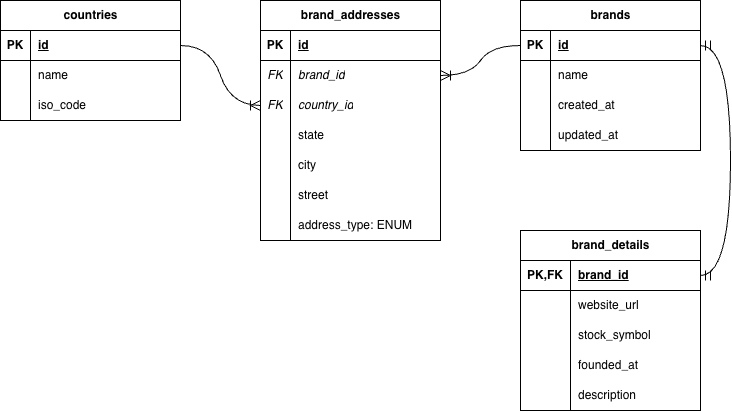
This is docs/images/erd01.png from WebDev175/mysql-products-db, a draw.io export, as it was before one commit. Source tidied: cells renumbered, new cells last; positions are measured from the earlier drawing's top-left corner, leaving out a move shared by most shapes.
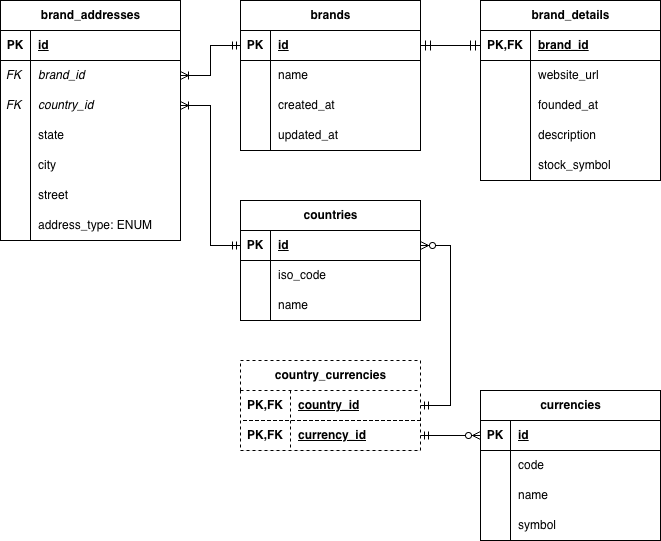
The same diagram one commit later.

Diff of the diagram source:
```diff
@@ -3,7 +3,7 @@
     <mxCell id="0" />
     <mxCell id="1" parent="0" />
     <mxCell id="2" value="brands" style="shape=table;startSize=30;rowLines=0;fontStyle=1;align=center;html=1;" parent="1" vertex="1">
-      <mxGeometry x="520" width="180" height="150" as="geometry" />
+      <mxGeometry x="160" width="180" height="150" as="geometry" />
     </mxCell>
     <mxCell id="3" style="shape=tableRow;horizontal=0;startSize=0;swimlaneHead=0;swimlaneBody=0;fillColor=none;points=[[0,0.5],[1,0.5]];portConstraint=eastwest;top=0;left=0;right=0;bottom=1;" parent="2" vertex="1">
       <mxGeometry y="30" width="180" height="30" as="geometry" />
@@ -42,7 +42,7 @@
       <mxGeometry x="30" width="150" height="30" as="geometry" />
     </mxCell>
     <mxCell id="15" value="brand_addresses" style="shape=table;startSize=30;rowLines=0;fontStyle=1;align=center;html=1;" parent="1" vertex="1">
-      <mxGeometry x="260" width="180" height="240" as="geometry" />
+      <mxGeometry x="-80" width="180" height="240" as="geometry" />
     </mxCell>
     <mxCell id="16" style="shape=tableRow;horizontal=0;startSize=0;swimlaneHead=0;swimlaneBody=0;fillColor=none;top=0;left=0;right=0;bottom=1;" parent="15" vertex="1">
       <mxGeometry y="30" width="180" height="30" as="geometry" />
@@ -56,19 +56,19 @@
     <mxCell id="19" style="shape=tableRow;horizontal=0;startSize=0;swimlaneHead=0;swimlaneBody=0;fillColor=none;points=[[0,0.5],[1,0.5]];portConstraint=eastwest;top=0;left=0;right=0;bottom=0;" parent="15" vertex="1">
       <mxGeometry y="60" width="180" height="30" as="geometry" />
     </mxCell>
-    <mxCell id="20" value="&lt;i&gt;FK&lt;/i&gt;" style="shape=partialRectangle;fillColor=none;top=0;left=0;bottom=0;right=0;overflow=hidden;whiteSpace=wrap;html=1;" parent="19" vertex="1">
+    <mxCell id="20" value="&lt;i&gt;FK&amp;nbsp;&lt;/i&gt;" style="shape=partialRectangle;fillColor=none;top=0;left=0;bottom=0;right=0;overflow=hidden;whiteSpace=wrap;html=1;" parent="19" vertex="1">
       <mxGeometry width="30" height="30" as="geometry" />
     </mxCell>
-    <mxCell id="21" value="&lt;i&gt;brand_id&lt;/i&gt;" style="shape=partialRectangle;fillColor=none;top=0;left=0;bottom=0;right=0;align=left;spacingLeft=6;overflow=hidden;whiteSpace=wrap;html=1;" parent="19" vertex="1">
+    <mxCell id="21" value="&lt;i&gt;brand_id&amp;nbsp;&lt;/i&gt;" style="shape=partialRectangle;fillColor=none;top=0;left=0;bottom=0;right=0;align=left;spacingLeft=6;overflow=hidden;whiteSpace=wrap;html=1;" parent="19" vertex="1">
       <mxGeometry x="30" width="150" height="30" as="geometry" />
     </mxCell>
     <mxCell id="22" style="shape=tableRow;horizontal=0;startSize=0;swimlaneHead=0;swimlaneBody=0;fillColor=none;points=[[0,0.5],[1,0.5]];portConstraint=eastwest;top=0;left=0;right=0;bottom=0;" parent="15" vertex="1">
       <mxGeometry y="90" width="180" height="30" as="geometry" />
     </mxCell>
-    <mxCell id="23" value="&lt;i&gt;FK&lt;/i&gt;" style="shape=partialRectangle;fillColor=none;top=0;left=0;bottom=0;right=0;overflow=hidden;whiteSpace=wrap;html=1;" parent="22" vertex="1">
+    <mxCell id="23" value="&lt;i&gt;FK&amp;nbsp;&lt;/i&gt;" style="shape=partialRectangle;fillColor=none;top=0;left=0;bottom=0;right=0;overflow=hidden;whiteSpace=wrap;html=1;" parent="22" vertex="1">
       <mxGeometry width="30" height="30" as="geometry" />
     </mxCell>
-    <mxCell id="24" value="&lt;i&gt;country_id&lt;/i&gt;" style="shape=partialRectangle;fillColor=none;top=0;left=0;bottom=0;right=0;align=left;spacingLeft=6;overflow=hidden;whiteSpace=wrap;html=1;" parent="22" vertex="1">
+    <mxCell id="24" value="&lt;i&gt;country_id&amp;nbsp;&lt;/i&gt;" style="shape=partialRectangle;fillColor=none;top=0;left=0;bottom=0;right=0;align=left;spacingLeft=6;overflow=hidden;whiteSpace=wrap;html=1;" parent="22" vertex="1">
       <mxGeometry x="30" width="150" height="30" as="geometry" />
     </mxCell>
     <mxCell id="25" style="shape=tableRow;horizontal=0;startSize=0;swimlaneHead=0;swimlaneBody=0;fillColor=none;top=0;left=0;right=0;bottom=0;" parent="15" vertex="1">
@@ -108,7 +108,7 @@
       <mxGeometry x="30" width="150" height="30" as="geometry" />
     </mxCell>
     <mxCell id="37" value="countries" style="shape=table;startSize=30;rowLines=0;fontStyle=1;align=center;html=1;" parent="1" vertex="1">
-      <mxGeometry width="180" height="120" as="geometry" />
+      <mxGeometry x="160" y="200" width="180" height="120" as="geometry" />
     </mxCell>
     <mxCell id="38" style="shape=tableRow;horizontal=0;startSize=0;swimlaneHead=0;swimlaneBody=0;fillColor=none;points=[[0,0.5],[1,0.5]];portConstraint=eastwest;top=0;left=0;right=0;bottom=1;" parent="37" vertex="1">
       <mxGeometry y="30" width="180" height="30" as="geometry" />
@@ -119,8 +119,17 @@
     <mxCell id="40" value="id" style="shape=partialRectangle;fillColor=none;top=0;left=0;bottom=0;right=0;align=left;spacingLeft=6;fontStyle=5;overflow=hidden;whiteSpace=wrap;html=1;" parent="38" vertex="1">
       <mxGeometry x="30" width="150" height="30" as="geometry" />
     </mxCell>
+    <mxCell id="44" style="shape=tableRow;horizontal=0;startSize=0;swimlaneHead=0;swimlaneBody=0;fillColor=none;top=0;left=0;right=0;bottom=0;" parent="37" vertex="1">
+      <mxGeometry y="60" width="180" height="30" as="geometry" />
+    </mxCell>
+    <mxCell id="45" style="shape=partialRectangle;fillColor=none;top=0;left=0;bottom=0;right=0;overflow=hidden;whiteSpace=wrap;html=1;" parent="44" vertex="1">
+      <mxGeometry width="30" height="30" as="geometry" />
+    </mxCell>
+    <mxCell id="46" value="iso_code" style="shape=partialRectangle;fillColor=none;top=0;left=0;bottom=0;right=0;align=left;spacingLeft=6;overflow=hidden;whiteSpace=wrap;html=1;" parent="44" vertex="1">
+      <mxGeometry x="30" width="150" height="30" as="geometry" />
+    </mxCell>
     <mxCell id="41" style="shape=tableRow;horizontal=0;startSize=0;swimlaneHead=0;swimlaneBody=0;fillColor=none;top=0;left=0;right=0;bottom=0;" parent="37" vertex="1">
-      <mxGeometry y="60" width="180" height="30" as="geometry" />
+      <mxGeometry y="90" width="180" height="30" as="geometry" />
     </mxCell>
     <mxCell id="42" style="shape=partialRectangle;fillColor=none;top=0;left=0;bottom=0;right=0;overflow=hidden;whiteSpace=wrap;html=1;" parent="41" vertex="1">
       <mxGeometry width="30" height="30" as="geometry" />
@@ -128,17 +137,8 @@
     <mxCell id="43" value="name" style="shape=partialRectangle;fillColor=none;top=0;left=0;bottom=0;right=0;align=left;spacingLeft=6;overflow=hidden;whiteSpace=wrap;html=1;" parent="41" vertex="1">
       <mxGeometry x="30" width="150" height="30" as="geometry" />
     </mxCell>
-    <mxCell id="44" style="shape=tableRow;horizontal=0;startSize=0;swimlaneHead=0;swimlaneBody=0;fillColor=none;top=0;left=0;right=0;bottom=0;" parent="37" vertex="1">
-      <mxGeometry y="90" width="180" height="30" as="geometry" />
-    </mxCell>
-    <mxCell id="45" style="shape=partialRectangle;fillColor=none;top=0;left=0;bottom=0;right=0;overflow=hidden;whiteSpace=wrap;html=1;" parent="44" vertex="1">
-      <mxGeometry width="30" height="30" as="geometry" />
-    </mxCell>
-    <mxCell id="46" value="iso_code" style="shape=partialRectangle;fillColor=none;top=0;left=0;bottom=0;right=0;align=left;spacingLeft=6;overflow=hidden;whiteSpace=wrap;html=1;" parent="44" vertex="1">
-      <mxGeometry x="30" width="150" height="30" as="geometry" />
-    </mxCell>
     <mxCell id="47" value="brand_details" style="shape=table;startSize=30;rowLines=0;fontStyle=1;align=center;html=1;" parent="1" vertex="1">
-      <mxGeometry x="520" y="230" width="180" height="180" as="geometry" />
+      <mxGeometry x="400" width="180" height="180" as="geometry" />
     </mxCell>
     <mxCell id="48" style="shape=tableRow;horizontal=0;startSize=0;swimlaneHead=0;swimlaneBody=0;fillColor=none;points=[[0,0.5],[1,0.5]];portConstraint=eastwest;top=0;left=0;right=0;bottom=1;" parent="47" vertex="1">
       <mxGeometry y="30" width="180" height="30" as="geometry" />
@@ -158,17 +158,8 @@
     <mxCell id="53" value="website_url" style="shape=partialRectangle;fillColor=none;top=0;left=0;bottom=0;right=0;align=left;spacingLeft=6;overflow=hidden;whiteSpace=wrap;html=1;" parent="51" vertex="1">
       <mxGeometry x="50" width="130" height="30" as="geometry" />
     </mxCell>
-    <mxCell id="54" style="shape=tableRow;horizontal=0;startSize=0;swimlaneHead=0;swimlaneBody=0;fillColor=none;top=0;left=0;right=0;bottom=0;" parent="47" vertex="1">
-      <mxGeometry y="90" width="180" height="30" as="geometry" />
-    </mxCell>
-    <mxCell id="55" style="shape=partialRectangle;fillColor=none;top=0;left=0;bottom=0;right=0;overflow=hidden;whiteSpace=wrap;html=1;" parent="54" vertex="1">
-      <mxGeometry width="50" height="30" as="geometry" />
-    </mxCell>
-    <mxCell id="56" value="stock_symbol" style="shape=partialRectangle;fillColor=none;top=0;left=0;bottom=0;right=0;align=left;spacingLeft=6;overflow=hidden;whiteSpace=wrap;html=1;" parent="54" vertex="1">
-      <mxGeometry x="50" width="130" height="30" as="geometry" />
-    </mxCell>
     <mxCell id="57" style="shape=tableRow;horizontal=0;startSize=0;swimlaneHead=0;swimlaneBody=0;fillColor=none;top=0;left=0;right=0;bottom=0;" parent="47" vertex="1">
-      <mxGeometry y="120" width="180" height="30" as="geometry" />
+      <mxGeometry y="90" width="180" height="30" as="geometry" />
     </mxCell>
     <mxCell id="58" style="shape=partialRectangle;fillColor=none;top=0;left=0;bottom=0;right=0;overflow=hidden;whiteSpace=wrap;html=1;" parent="57" vertex="1">
       <mxGeometry width="50" height="30" as="geometry" />
@@ -177,7 +168,7 @@
       <mxGeometry x="50" width="130" height="30" as="geometry" />
     </mxCell>
     <mxCell id="60" style="shape=tableRow;horizontal=0;startSize=0;swimlaneHead=0;swimlaneBody=0;fillColor=none;top=0;left=0;right=0;bottom=0;" parent="47" vertex="1">
-      <mxGeometry y="150" width="180" height="30" as="geometry" />
+      <mxGeometry y="120" width="180" height="30" as="geometry" />
     </mxCell>
     <mxCell id="61" style="shape=partialRectangle;fillColor=none;top=0;left=0;bottom=0;right=0;overflow=hidden;whiteSpace=wrap;html=1;" parent="60" vertex="1">
       <mxGeometry width="50" height="30" as="geometry" />
@@ -185,14 +176,89 @@
     <mxCell id="62" value="description" style="shape=partialRectangle;fillColor=none;top=0;left=0;bottom=0;right=0;align=left;spacingLeft=6;overflow=hidden;whiteSpace=wrap;html=1;" parent="60" vertex="1">
       <mxGeometry x="50" width="130" height="30" as="geometry" />
     </mxCell>
+    <mxCell id="54" style="shape=tableRow;horizontal=0;startSize=0;swimlaneHead=0;swimlaneBody=0;fillColor=none;top=0;left=0;right=0;bottom=0;" parent="47" vertex="1">
+      <mxGeometry y="150" width="180" height="30" as="geometry" />
+    </mxCell>
+    <mxCell id="55" style="shape=partialRectangle;fillColor=none;top=0;left=0;bottom=0;right=0;overflow=hidden;whiteSpace=wrap;html=1;" parent="54" vertex="1">
+      <mxGeometry width="50" height="30" as="geometry" />
+    </mxCell>
+    <mxCell id="56" value="stock_symbol" style="shape=partialRectangle;fillColor=none;top=0;left=0;bottom=0;right=0;align=left;spacingLeft=6;overflow=hidden;whiteSpace=wrap;html=1;" parent="54" vertex="1">
+      <mxGeometry x="50" width="130" height="30" as="geometry" />
+    </mxCell>
-    <mxCell id="63" style="edgeStyle=entityRelationEdgeStyle;fontSize=12;html=1;endArrow=ERmandOne;startArrow=ERmandOne;rounded=0;startSize=8;endSize=8;curved=1;" parent="1" edge="1" source="3" target="48">
+    <mxCell id="63" style="edgeStyle=entityRelationEdgeStyle;fontSize=12;html=1;endArrow=ERmandOne;startArrow=ERmandOne;rounded=0;startSize=8;endSize=8;curved=0;" parent="1" edge="1" source="3" target="48">
       <mxGeometry relative="1" as="geometry" />
     </mxCell>
+    <mxCell id="66" value="currencies" style="shape=table;startSize=30;rowLines=0;fontStyle=1;align=center;html=1;" parent="1" vertex="1">
+      <mxGeometry x="400" y="390" width="180" height="150" as="geometry" />
+    </mxCell>
+    <mxCell id="67" style="shape=tableRow;horizontal=0;startSize=0;swimlaneHead=0;swimlaneBody=0;fillColor=none;points=[[0,0.5],[1,0.5]];portConstraint=eastwest;top=0;left=0;right=0;bottom=1;" parent="66" vertex="1">
+      <mxGeometry y="30" width="180" height="30" as="geometry" />
+    </mxCell>
+    <mxCell id="68" value="PK" style="shape=partialRectangle;fillColor=none;top=0;left=0;bottom=0;right=0;fontStyle=1;overflow=hidden;whiteSpace=wrap;html=1;" parent="67" vertex="1">
+      <mxGeometry width="30" height="30" as="geometry" />
+    </mxCell>
+    <mxCell id="69" value="id" style="shape=partialRectangle;fillColor=none;top=0;left=0;bottom=0;right=0;align=left;spacingLeft=6;fontStyle=5;overflow=hidden;whiteSpace=wrap;html=1;" parent="67" vertex="1">
+      <mxGeometry x="30" width="150" height="30" as="geometry" />
+    </mxCell>
+    <mxCell id="70" style="shape=tableRow;horizontal=0;startSize=0;swimlaneHead=0;swimlaneBody=0;fillColor=none;top=0;left=0;right=0;bottom=0;" parent="66" vertex="1">
+      <mxGeometry y="60" width="180" height="30" as="geometry" />
+    </mxCell>
+    <mxCell id="71" style="shape=partialRectangle;fillColor=none;top=0;left=0;bottom=0;right=0;overflow=hidden;whiteSpace=wrap;html=1;" parent="70" vertex="1">
+      <mxGeometry width="30" height="30" as="geometry" />
+    </mxCell>
+    <mxCell id="72" value="code" style="shape=partialRectangle;fillColor=none;top=0;left=0;bottom=0;right=0;align=left;spacingLeft=6;overflow=hidden;whiteSpace=wrap;html=1;" parent="70" vertex="1">
+      <mxGeometry x="30" width="150" height="30" as="geometry" />
+    </mxCell>
+    <mxCell id="73" style="shape=tableRow;horizontal=0;startSize=0;swimlaneHead=0;swimlaneBody=0;fillColor=none;top=0;left=0;right=0;bottom=0;" parent="66" vertex="1">
+      <mxGeometry y="90" width="180" height="30" as="geometry" />
+    </mxCell>
+    <mxCell id="74" style="shape=partialRectangle;fillColor=none;top=0;left=0;bottom=0;right=0;overflow=hidden;whiteSpace=wrap;html=1;" parent="73" vertex="1">
+      <mxGeometry width="30" height="30" as="geometry" />
+    </mxCell>
+    <mxCell id="75" value="name" style="shape=partialRectangle;fillColor=none;top=0;left=0;bottom=0;right=0;align=left;spacingLeft=6;overflow=hidden;whiteSpace=wrap;html=1;" parent="73" vertex="1">
+      <mxGeometry x="30" width="150" height="30" as="geometry" />
+    </mxCell>
+    <mxCell id="76" style="shape=tableRow;horizontal=0;startSize=0;swimlaneHead=0;swimlaneBody=0;fillColor=none;top=0;left=0;right=0;bottom=0;" parent="66" vertex="1">
+      <mxGeometry y="120" width="180" height="30" as="geometry" />
+    </mxCell>
+    <mxCell id="77" style="shape=partialRectangle;fillColor=none;top=0;left=0;bottom=0;right=0;overflow=hidden;whiteSpace=wrap;html=1;" parent="76" vertex="1">
+      <mxGeometry width="30" height="30" as="geometry" />
+    </mxCell>
+    <mxCell id="78" value="symbol" style="shape=partialRectangle;fillColor=none;top=0;left=0;bottom=0;right=0;align=left;spacingLeft=6;overflow=hidden;whiteSpace=wrap;html=1;" parent="76" vertex="1">
+      <mxGeometry x="30" width="150" height="30" as="geometry" />
+    </mxCell>
+    <mxCell id="79" value="country_currencies" style="shape=table;startSize=30;rowLines=0;fontStyle=1;align=center;html=1;fillStyle=auto;dashed=1;strokeColor=default;fillColor=default;strokeWidth=1;swimlaneLine=1;" parent="1" vertex="1">
+      <mxGeometry x="160" y="360" width="180" height="90" as="geometry" />
+    </mxCell>
+    <mxCell id="80" style="shape=tableRow;horizontal=0;startSize=0;swimlaneHead=0;swimlaneBody=0;fillColor=none;points=[[0,0.5],[1,0.5]];portConstraint=eastwest;top=0;left=0;right=0;bottom=1;swimlaneLine=1;dashed=1;" parent="79" vertex="1">
+      <mxGeometry y="30" width="180" height="30" as="geometry" />
+    </mxCell>
+    <mxCell id="81" value="PK,FK" style="shape=partialRectangle;fillColor=none;top=0;left=0;bottom=0;right=0;fontStyle=1;overflow=hidden;whiteSpace=wrap;html=1;" parent="80" vertex="1">
+      <mxGeometry width="50" height="30" as="geometry" />
+    </mxCell>
+    <mxCell id="82" value="country_id" style="shape=partialRectangle;fillColor=none;top=0;left=0;bottom=0;right=0;align=left;spacingLeft=6;fontStyle=5;overflow=hidden;whiteSpace=wrap;html=1;" parent="80" vertex="1">
+      <mxGeometry x="50" width="130" height="30" as="geometry" />
+    </mxCell>
+    <mxCell id="83" style="shape=tableRow;horizontal=0;startSize=0;swimlaneHead=0;swimlaneBody=0;fillColor=none;points=[[0,0.5],[1,0.5]];portConstraint=eastwest;top=0;left=0;right=0;bottom=1;dashed=1;strokeColor=default;strokeWidth=0;" parent="79" vertex="1">
+      <mxGeometry y="60" width="180" height="30" as="geometry" />
+    </mxCell>
+    <mxCell id="84" value="PK,FK" style="shape=partialRectangle;fillColor=none;top=0;left=0;bottom=0;right=0;fontStyle=1;overflow=hidden;whiteSpace=wrap;html=1;" parent="83" vertex="1">
+      <mxGeometry width="50" height="30" as="geometry" />
+    </mxCell>
+    <mxCell id="85" value="currency_id" style="shape=partialRectangle;fillColor=none;top=0;left=0;bottom=0;right=0;align=left;spacingLeft=6;fontStyle=5;overflow=hidden;whiteSpace=wrap;html=1;dashed=1;" parent="83" vertex="1">
+      <mxGeometry x="50" width="130" height="30" as="geometry" />
+    </mxCell>
-    <mxCell id="64" style="edgeStyle=entityRelationEdgeStyle;fontSize=12;html=1;endArrow=ERoneToMany;rounded=0;startSize=8;endSize=8;curved=1;" parent="1" edge="1" source="38" target="22">
+    <mxCell id="64" style="edgeStyle=entityRelationEdgeStyle;fontSize=12;html=1;endArrow=ERoneToMany;startArrow=ERmandOne;rounded=0;exitX=0;exitY=0.5;exitDx=0;exitDy=0;" parent="1" edge="1" source="38" target="22">
       <mxGeometry relative="1" as="geometry" />
     </mxCell>
-    <mxCell id="65" style="edgeStyle=entityRelationEdgeStyle;fontSize=12;html=1;endArrow=ERoneToMany;rounded=0;startSize=8;endSize=8;curved=1;exitX=0;exitY=0.5;exitDx=0;exitDy=0;entryX=1;entryY=0.5;entryDx=0;entryDy=0;" parent="1" edge="1" source="3" target="19">
+    <mxCell id="65" style="edgeStyle=entityRelationEdgeStyle;fontSize=12;html=1;endArrow=ERoneToMany;startArrow=ERmandOne;rounded=0;" parent="1" edge="1" source="3" target="19">
       <mxGeometry relative="1" as="geometry" />
     </mxCell>
+    <mxCell id="86" style="edgeStyle=entityRelationEdgeStyle;fontSize=12;html=1;endArrow=ERzeroToMany;startArrow=ERmandOne;rounded=0;" parent="1" edge="1" source="80" target="38">
+      <mxGeometry relative="1" as="geometry" />
+    </mxCell>
+    <mxCell id="87" style="edgeStyle=entityRelationEdgeStyle;fontSize=12;html=1;endArrow=ERzeroToMany;startArrow=ERmandOne;rounded=0;" parent="1" edge="1" source="83" target="67">
+      <mxGeometry relative="1" as="geometry" />
+    </mxCell>
   </root>
 </mxGraphModel>
```
